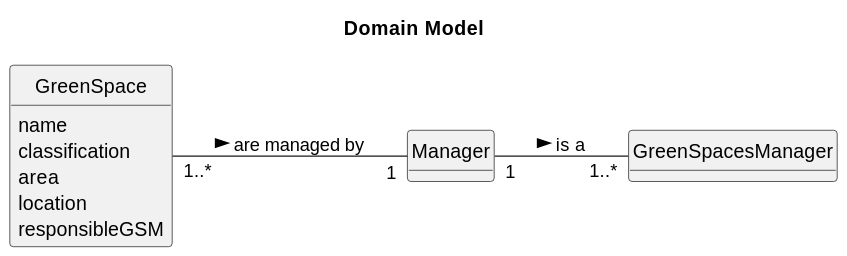
This is docs/sprintC/us20/02.analysis/svg/us20-domain-model.svg from Paulo-Pereira-at-ISEP/lei-24-s2-1nanb-g321, a PlantUML export, as it was before one commit.
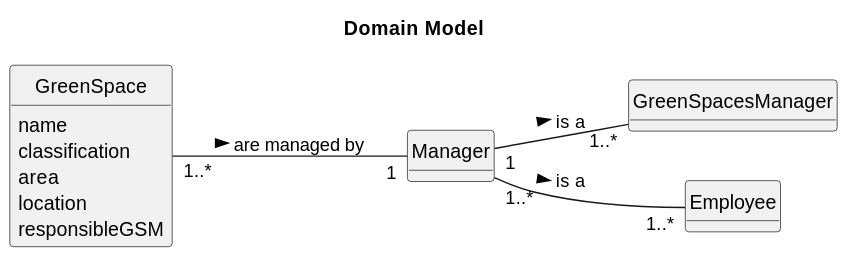
Above is the later version.

What changed in the source:
```diff
@@ -18,6 +18,8 @@
 class Manager {
 }
 
+class Employee {
+}
 
 class GreenSpace {
     name
@@ -27,7 +29,7 @@
     responsibleGSM
 }
 
-
+Manager "1..*" -- "1..*" Employee: is a >
 Manager "1" -- "1..*" GreenSpacesManager: is a >
 GreenSpace "1..*" -- "1" Manager: are managed by >
 @enduml
```
